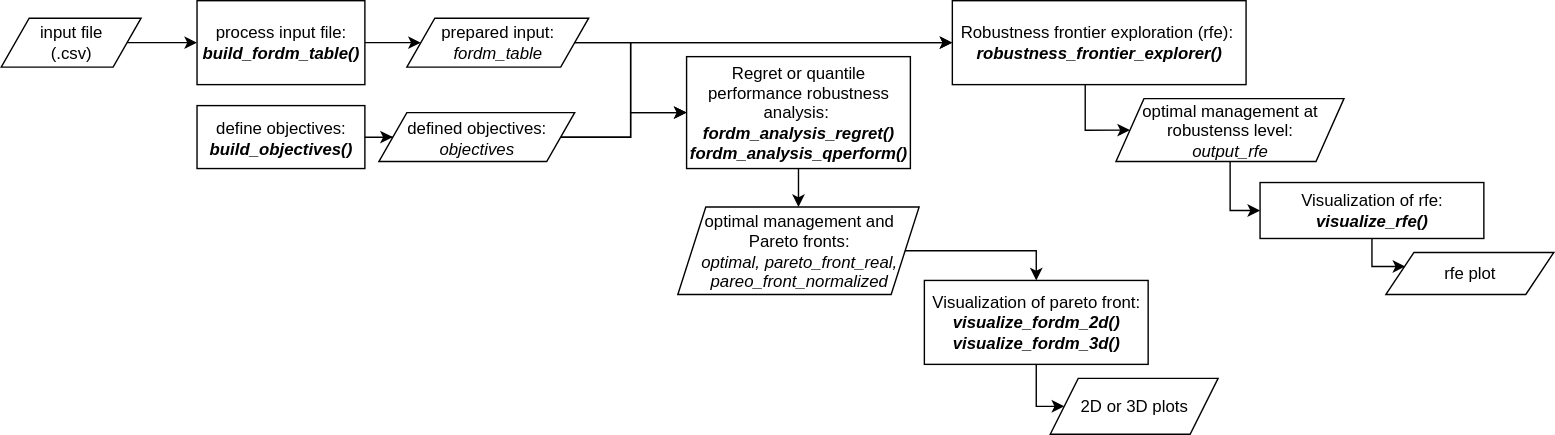
Before: figures/structure.svg, a diagram exported from draw.io (mdjahan/FoRDM). Source tidied: cells renumbered, new cells last; positions are measured from the earlier drawing's top-left corner, leaving out a move shared by most shapes.
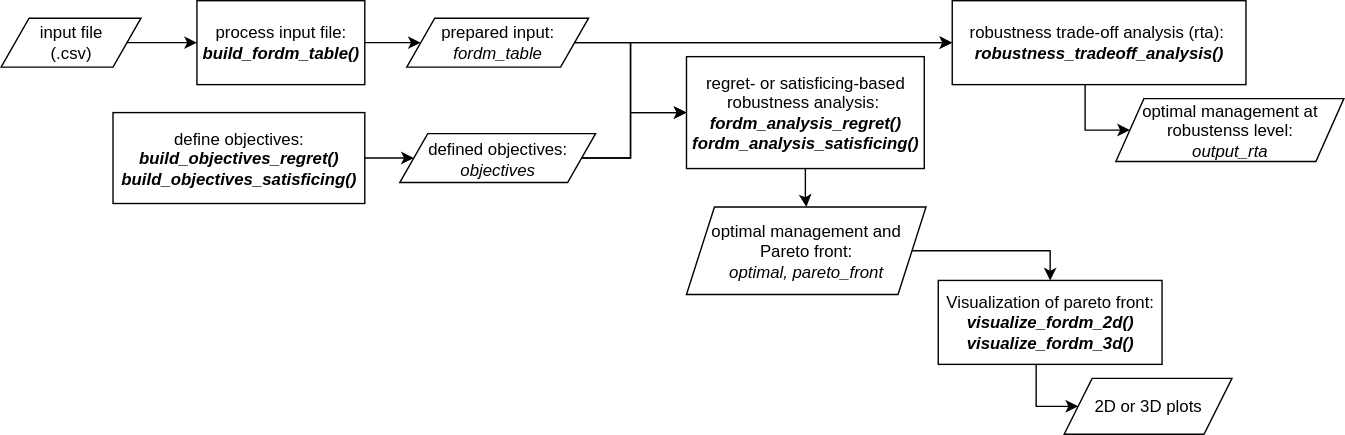
Later version of the same file.

Diff of the diagram source:
```diff
@@ -16,14 +16,14 @@
     <mxCell id="5" style="edgeStyle=orthogonalEdgeStyle;rounded=0;jettySize=auto;html=1;entryX=0;entryY=0.5;entryDx=0;entryDy=0;" parent="1" edge="1" source="6" target="17">
       <mxGeometry relative="1" as="geometry" />
     </mxCell>
-    <mxCell id="6" value="define objectives:&lt;div&gt;&lt;i&gt;&lt;b&gt;build_objectives()&lt;/b&gt;&lt;/i&gt;&lt;/div&gt;" style="rounded=0;whiteSpace=wrap;html=1;" parent="1" vertex="1">
-      <mxGeometry x="140" y="75" width="120" height="45" as="geometry" />
+    <mxCell id="6" value="define objectives:&lt;div&gt;&lt;i&gt;&lt;b&gt;build_objectives_regret()&lt;/b&gt;&lt;/i&gt;&lt;/div&gt;&lt;div&gt;&lt;i&gt;&lt;b&gt;build_objectives_satisficing()&lt;/b&gt;&lt;/i&gt;&lt;/div&gt;" style="rounded=0;whiteSpace=wrap;html=1;" parent="1" vertex="1">
+      <mxGeometry x="80" y="80" width="180" height="65" as="geometry" />
     </mxCell>
     <mxCell id="7" style="edgeStyle=orthogonalEdgeStyle;rounded=0;jettySize=auto;html=1;" parent="1" edge="1" source="8" target="11">
       <mxGeometry relative="1" as="geometry" />
     </mxCell>
-    <mxCell id="8" value="Regret or quantile performance robustness analysis:&amp;nbsp;&lt;div&gt;&lt;i&gt;&lt;b&gt;fordm_analysis_regret()&lt;/b&gt;&lt;/i&gt;&lt;/div&gt;&lt;div&gt;&lt;i&gt;&lt;b&gt;fordm_analysis_qperform()&lt;/b&gt;&lt;/i&gt;&lt;/div&gt;" style="rounded=0;whiteSpace=wrap;html=1;" parent="1" vertex="1">
-      <mxGeometry x="490" y="40" width="160" height="80" as="geometry" />
+    <mxCell id="8" value="regret- or satisficing-based robustness analysis:&amp;nbsp;&lt;div&gt;&lt;i&gt;&lt;b&gt;fordm_analysis_regret()&lt;/b&gt;&lt;/i&gt;&lt;/div&gt;&lt;div&gt;&lt;i&gt;&lt;b&gt;fordm_analysis_satisficing()&lt;/b&gt;&lt;/i&gt;&lt;/div&gt;" style="rounded=0;whiteSpace=wrap;html=1;" parent="1" vertex="1">
+      <mxGeometry x="490" y="40" width="170" height="80" as="geometry" />
     </mxCell>
     <mxCell id="9" value="input file&lt;div&gt;(.csv)&lt;/div&gt;" style="shape=parallelogram;perimeter=parallelogramPerimeter;whiteSpace=wrap;html=1;fixedSize=1;" parent="1" vertex="1">
       <mxGeometry y="12.5" width="100" height="35" as="geometry" />
@@ -31,8 +31,8 @@
     <mxCell id="10" style="edgeStyle=orthogonalEdgeStyle;rounded=0;jettySize=auto;html=1;entryX=0.5;entryY=0;entryDx=0;entryDy=0;" parent="1" edge="1" source="11" target="19">
       <mxGeometry relative="1" as="geometry" />
     </mxCell>
-    <mxCell id="11" value="optimal management and Pareto fronts:&lt;div&gt;&lt;i&gt;optimal, pareto_front_real,&lt;/i&gt;&lt;/div&gt;&lt;div&gt;&lt;i&gt;pareo_front_normalized&lt;/i&gt;&lt;/div&gt;" style="shape=parallelogram;perimeter=parallelogramPerimeter;whiteSpace=wrap;html=1;fixedSize=1;spacingTop=0;spacing=0;spacingLeft=10;spacingRight=10;" parent="1" vertex="1">
-      <mxGeometry x="483.8" y="147.5" width="172.5" height="62.5" as="geometry" />
+    <mxCell id="11" value="optimal management and Pareto front:&lt;div&gt;&lt;i&gt;optimal, pareto_front&lt;br&gt;&lt;/i&gt;&lt;/div&gt;" style="shape=parallelogram;perimeter=parallelogramPerimeter;whiteSpace=wrap;html=1;fixedSize=1;spacingTop=0;spacing=0;spacingLeft=10;spacingRight=10;" parent="1" vertex="1">
+      <mxGeometry x="490" y="147.5" width="171.2" height="62.5" as="geometry" />
     </mxCell>
     <mxCell id="12" style="edgeStyle=orthogonalEdgeStyle;rounded=0;jettySize=auto;html=1;entryX=0;entryY=0.5;entryDx=0;entryDy=0;" parent="1" edge="1" source="14" target="8">
       <mxGeometry relative="1" as="geometry">
@@ -51,7 +51,7 @@
     <mxCell id="15" style="edgeStyle=orthogonalEdgeStyle;rounded=0;jettySize=auto;html=1;entryX=0;entryY=0.5;entryDx=0;entryDy=0;" parent="1" edge="1" source="17" target="8">
       <mxGeometry relative="1" as="geometry">
         <Array as="points">
-          <mxPoint x="450" y="98" />
+          <mxPoint x="450" y="113" />
           <mxPoint x="450" y="80" />
         </Array>
       </mxGeometry>
@@ -59,13 +59,13 @@
     <mxCell id="16" style="edgeStyle=orthogonalEdgeStyle;rounded=0;jettySize=auto;html=1;entryX=0;entryY=0.5;entryDx=0;entryDy=0;" parent="1" edge="1" source="17" target="22">
       <mxGeometry relative="1" as="geometry">
         <Array as="points">
-          <mxPoint x="450" y="98" />
+          <mxPoint x="450" y="113" />
           <mxPoint x="450" y="30" />
         </Array>
       </mxGeometry>
     </mxCell>
     <mxCell id="17" value="defined objectives:&lt;div&gt;&lt;i&gt;objectives&lt;/i&gt;&lt;/div&gt;" style="shape=parallelogram;perimeter=parallelogramPerimeter;whiteSpace=wrap;html=1;fixedSize=1;" parent="1" vertex="1">
-      <mxGeometry x="270" y="80" width="140" height="35" as="geometry" />
+      <mxGeometry x="285" y="95" width="140" height="35" as="geometry" />
     </mxCell>
     <mxCell id="18" style="edgeStyle=orthogonalEdgeStyle;rounded=0;jettySize=auto;html=1;entryX=0;entryY=0.5;entryDx=0;entryDy=0;" parent="1" edge="1" source="19" target="20">
       <mxGeometry relative="1" as="geometry">
@@ -75,10 +75,10 @@
       </mxGeometry>
     </mxCell>
     <mxCell id="19" value="Visualization of pareto front:&lt;div&gt;&lt;i style=&quot;background-color: transparent; color: light-dark(rgb(0, 0, 0), rgb(255, 255, 255));&quot;&gt;&lt;b&gt;visualize_fordm_2d()&lt;/b&gt;&lt;/i&gt;&lt;/div&gt;&lt;div&gt;&lt;i style=&quot;background-color: transparent; color: light-dark(rgb(0, 0, 0), rgb(255, 255, 255));&quot;&gt;&lt;b&gt;visualize_fordm_3d()&lt;/b&gt;&lt;/i&gt;&lt;/div&gt;" style="rounded=0;whiteSpace=wrap;html=1;" parent="1" vertex="1">
-      <mxGeometry x="660" y="200" width="160" height="60" as="geometry" />
+      <mxGeometry x="670" y="200" width="160" height="60" as="geometry" />
     </mxCell>
     <mxCell id="20" value="2D or 3D plots" style="shape=parallelogram;perimeter=parallelogramPerimeter;whiteSpace=wrap;html=1;fixedSize=1;spacingTop=0;spacing=0;spacingLeft=10;spacingRight=10;" parent="1" vertex="1">
-      <mxGeometry x="750" y="270" width="120" height="40" as="geometry" />
+      <mxGeometry x="760" y="270" width="120" height="40" as="geometry" />
     </mxCell>
     <mxCell id="21" style="edgeStyle=orthogonalEdgeStyle;rounded=0;jettySize=auto;html=1;entryX=0;entryY=0.5;entryDx=0;entryDy=0;" parent="1" edge="1" source="22" target="24">
       <mxGeometry relative="1" as="geometry">
@@ -87,23 +87,11 @@
         </Array>
       </mxGeometry>
     </mxCell>
-    <mxCell id="22" value="Robustness frontier exploration (rfe):&amp;nbsp;&lt;div&gt;&lt;i&gt;&lt;b&gt;robustness_frontier_explorer()&lt;/b&gt;&lt;/i&gt;&lt;/div&gt;" style="rounded=0;whiteSpace=wrap;html=1;" parent="1" vertex="1">
+    <mxCell id="22" value="robustness trade-off analysis (rta):&amp;nbsp;&lt;div&gt;&lt;i&gt;&lt;b&gt;robustness_tradeoff_analysis()&lt;/b&gt;&lt;/i&gt;&lt;/div&gt;" style="rounded=0;whiteSpace=wrap;html=1;" parent="1" vertex="1">
       <mxGeometry x="680" width="210" height="60" as="geometry" />
     </mxCell>
-    <mxCell id="23" style="edgeStyle=orthogonalEdgeStyle;rounded=0;jettySize=auto;html=1;entryX=0;entryY=0.5;entryDx=0;entryDy=0;" parent="1" edge="1" source="24" target="26">
-      <mxGeometry relative="1" as="geometry" />
-    </mxCell>
-    <mxCell id="24" value="optimal management at robustenss level:&lt;div&gt;&lt;i&gt;output_rfe&lt;/i&gt;&lt;/div&gt;" style="shape=parallelogram;perimeter=parallelogramPerimeter;whiteSpace=wrap;html=1;fixedSize=1;spacingTop=0;spacing=0;spacingLeft=10;spacingRight=10;" parent="1" vertex="1">
+    <mxCell id="24" value="optimal management at robustenss level:&lt;div&gt;&lt;i&gt;output_rta&lt;/i&gt;&lt;/div&gt;" style="shape=parallelogram;perimeter=parallelogramPerimeter;whiteSpace=wrap;html=1;fixedSize=1;spacingTop=0;spacing=0;spacingLeft=10;spacingRight=10;" parent="1" vertex="1">
       <mxGeometry x="797" y="70" width="163" height="45" as="geometry" />
     </mxCell>
-    <mxCell id="25" style="edgeStyle=orthogonalEdgeStyle;rounded=0;jettySize=auto;html=1;entryX=0;entryY=0.25;entryDx=0;entryDy=0;" parent="1" edge="1" source="26" target="27">
-      <mxGeometry relative="1" as="geometry" />
-    </mxCell>
-    <mxCell id="26" value="Visualization of rfe:&lt;div&gt;&lt;i style=&quot;background-color: transparent; color: light-dark(rgb(0, 0, 0), rgb(255, 255, 255));&quot;&gt;&lt;b&gt;visualize_rfe()&lt;/b&gt;&lt;/i&gt;&lt;/div&gt;" style="rounded=0;whiteSpace=wrap;html=1;" parent="1" vertex="1">
-      <mxGeometry x="900" y="130" width="160" height="40" as="geometry" />
-    </mxCell>
-    <mxCell id="27" value="rfe plot" style="shape=parallelogram;perimeter=parallelogramPerimeter;whiteSpace=wrap;html=1;fixedSize=1;spacingTop=0;spacing=0;spacingLeft=10;spacingRight=10;" parent="1" vertex="1">
-      <mxGeometry x="990" y="180" width="120" height="30" as="geometry" />
-    </mxCell>
   </root>
 </mxGraphModel>
```
